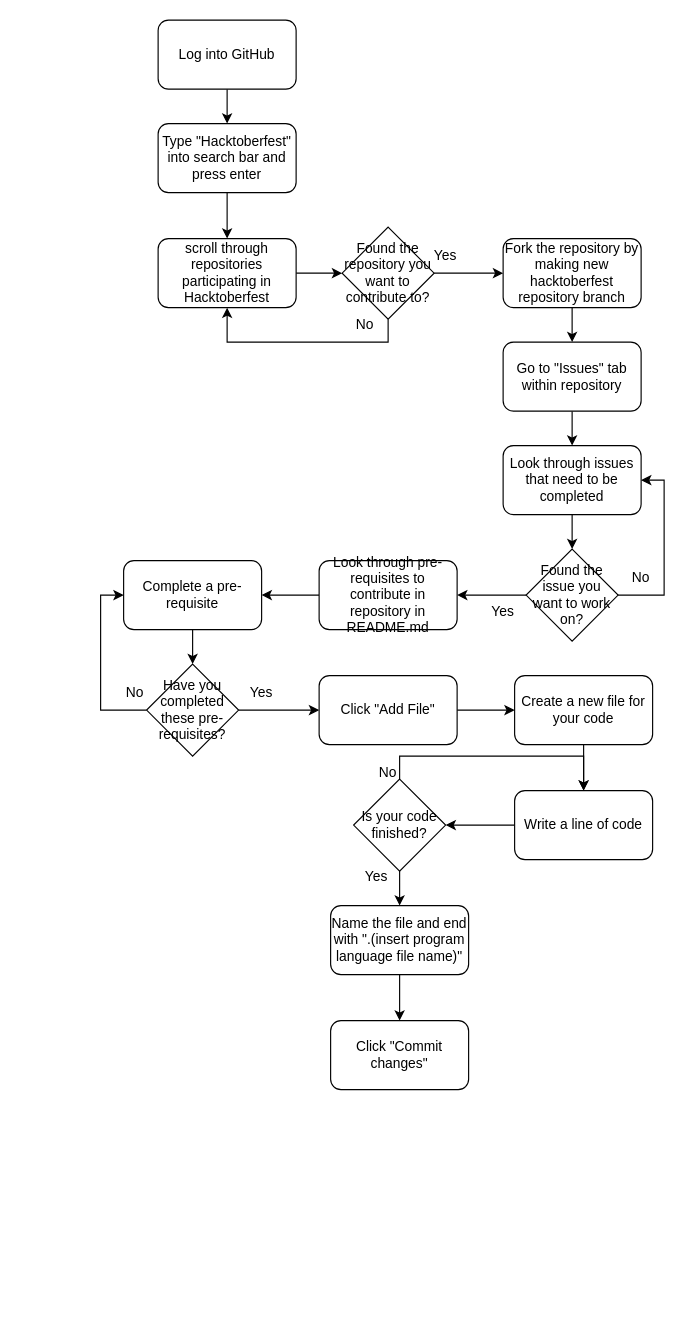
Before: HacktoberfestFlowchart.drawio in MCCHESNEYK/APCSPFlowcharts, a draw.io diagram. Source tidied: cells renumbered, new cells numbered last; positions are measured from the earlier drawing's top-left corner, leaving out a move shared by most shapes. Both pictures are drawn from the tidied source at 115%, with x=0, y=0 at pixel (100, 20).
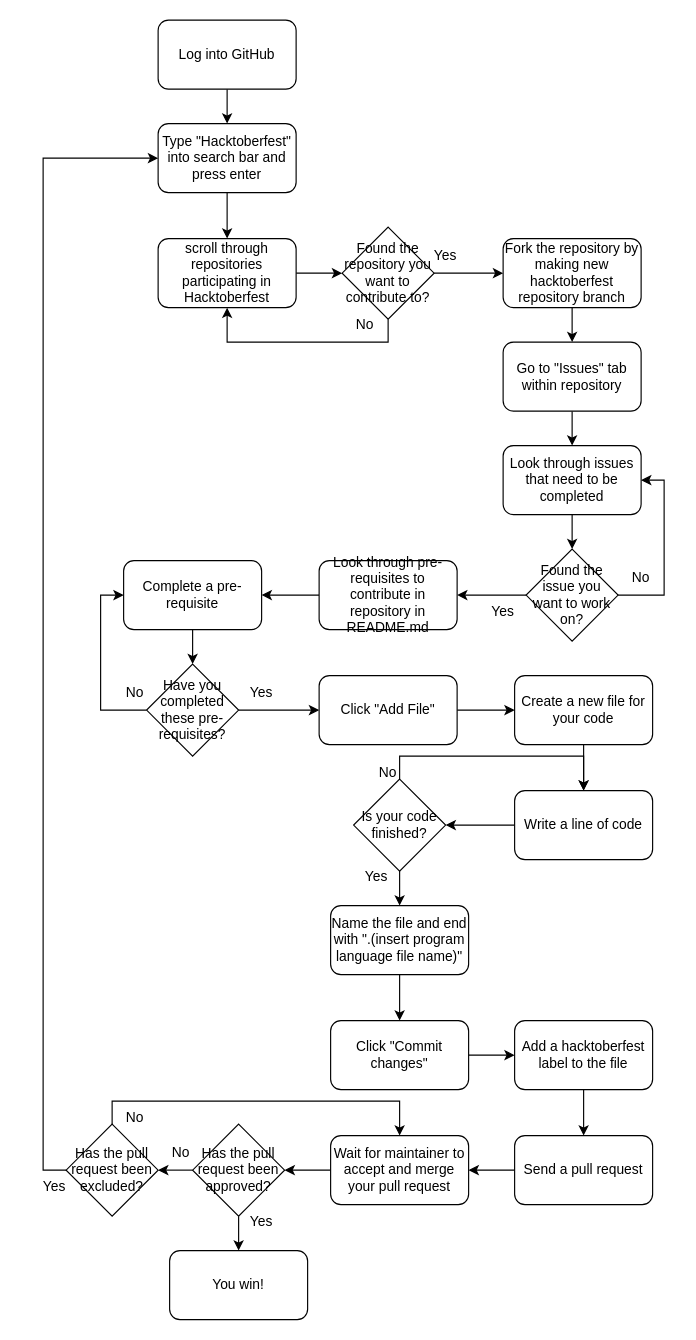
After the change.

The change refers to these unchanged cells:
```xml
<mxCell id="5" value="Type &quot;Hacktoberfest&quot; into search bar and press enter" style="rounded=1;whiteSpace=wrap;html=1;" parent="1" vertex="1">
  <mxGeometry x="50" y="90" width="120" height="60" as="geometry" />
</mxCell>
<mxCell id="42" value="Click &quot;Commit changes&quot;" style="rounded=1;whiteSpace=wrap;html=1;" parent="1" vertex="1">
  <mxGeometry x="200" y="870" width="120" height="60" as="geometry" />
</mxCell>
```

What changed in the source:
```diff
@@
+    <mxCell id="47" style="edgeStyle=orthogonalEdgeStyle;rounded=0;jettySize=auto;html=1;" parent="1" edge="1" source="42" target="49">
+      <mxGeometry relative="1" as="geometry" />
+    </mxCell>
@@
+    <mxCell id="48" style="edgeStyle=orthogonalEdgeStyle;rounded=0;jettySize=auto;html=1;" parent="1" edge="1" source="49" target="51">
+      <mxGeometry relative="1" as="geometry" />
+    </mxCell>
+    <mxCell id="49" value="Add a hacktoberfest label to the file" style="rounded=1;whiteSpace=wrap;html=1;" parent="1" vertex="1">
+      <mxGeometry x="360" y="870" width="120" height="60" as="geometry" />
+    </mxCell>
+    <mxCell id="50" style="edgeStyle=orthogonalEdgeStyle;rounded=0;jettySize=auto;html=1;" parent="1" edge="1" source="51" target="53">
+      <mxGeometry relative="1" as="geometry" />
+    </mxCell>
+    <mxCell id="51" value="Send a pull request" style="rounded=1;whiteSpace=wrap;html=1;" parent="1" vertex="1">
+      <mxGeometry x="360" y="970" width="120" height="60" as="geometry" />
+    </mxCell>
+    <mxCell id="52" style="edgeStyle=orthogonalEdgeStyle;rounded=0;jettySize=auto;html=1;" parent="1" edge="1" source="53" target="56">
+      <mxGeometry relative="1" as="geometry" />
+    </mxCell>
+    <mxCell id="53" value="Wait for maintainer to accept and merge your pull request" style="rounded=1;whiteSpace=wrap;html=1;" parent="1" vertex="1">
+      <mxGeometry x="200" y="970" width="120" height="60" as="geometry" />
+    </mxCell>
+    <mxCell id="54" style="edgeStyle=orthogonalEdgeStyle;rounded=0;jettySize=auto;html=1;exitX=0.5;exitY=1;exitDx=0;exitDy=0;entryX=0.5;entryY=0;entryDx=0;entryDy=0;" parent="1" edge="1" source="56" target="61">
+      <mxGeometry relative="1" as="geometry" />
+    </mxCell>
+    <mxCell id="55" style="edgeStyle=orthogonalEdgeStyle;rounded=0;jettySize=auto;html=1;exitX=0;exitY=0.5;exitDx=0;exitDy=0;entryX=1;entryY=0.5;entryDx=0;entryDy=0;" parent="1" edge="1" source="56" target="60">
+      <mxGeometry relative="1" as="geometry" />
+    </mxCell>
+    <mxCell id="56" value="Has the pull request been approved?" style="rhombus;whiteSpace=wrap;html=1;" parent="1" vertex="1">
+      <mxGeometry x="80" y="960" width="80" height="80" as="geometry" />
+    </mxCell>
+    <mxCell id="57" value="No" style="text;html=1;strokeColor=none;fillColor=none;align=center;verticalAlign=middle;whiteSpace=wrap;rounded=0;" parent="1" vertex="1">
+      <mxGeometry x="40" y="970" width="60" height="30" as="geometry" />
+    </mxCell>
+    <mxCell id="58" style="edgeStyle=orthogonalEdgeStyle;rounded=0;jettySize=auto;html=1;exitX=0.5;exitY=0;exitDx=0;exitDy=0;entryX=0.5;entryY=0;entryDx=0;entryDy=0;" parent="1" edge="1" source="60" target="53">
+      <mxGeometry relative="1" as="geometry" />
+    </mxCell>
+    <mxCell id="59" style="edgeStyle=orthogonalEdgeStyle;rounded=0;jettySize=auto;html=1;exitX=0;exitY=0.5;exitDx=0;exitDy=0;entryX=0;entryY=0.5;entryDx=0;entryDy=0;" parent="1" edge="1" source="60" target="5">
+      <mxGeometry relative="1" as="geometry" />
+    </mxCell>
+    <mxCell id="60" value="Has the pull request been excluded?" style="rhombus;whiteSpace=wrap;html=1;" parent="1" vertex="1">
+      <mxGeometry x="-30" y="960" width="80" height="80" as="geometry" />
+    </mxCell>
+    <mxCell id="61" value="You win!" style="rounded=1;whiteSpace=wrap;html=1;" parent="1" vertex="1">
+      <mxGeometry x="60" y="1070" width="120" height="60" as="geometry" />
+    </mxCell>
+    <mxCell id="62" value="Yes" style="text;html=1;strokeColor=none;fillColor=none;align=center;verticalAlign=middle;whiteSpace=wrap;rounded=0;" parent="1" vertex="1">
+      <mxGeometry x="110" y="1030" width="60" height="30" as="geometry" />
+    </mxCell>
+    <mxCell id="63" value="No" style="text;html=1;strokeColor=none;fillColor=none;align=center;verticalAlign=middle;whiteSpace=wrap;rounded=0;" parent="1" vertex="1">
+      <mxGeometry y="940" width="60" height="30" as="geometry" />
+    </mxCell>
+    <mxCell id="64" value="Yes" style="text;html=1;strokeColor=none;fillColor=none;align=center;verticalAlign=middle;whiteSpace=wrap;rounded=0;" parent="1" vertex="1">
+      <mxGeometry x="-70" y="1000" width="60" height="30" as="geometry" />
+    </mxCell>
```
